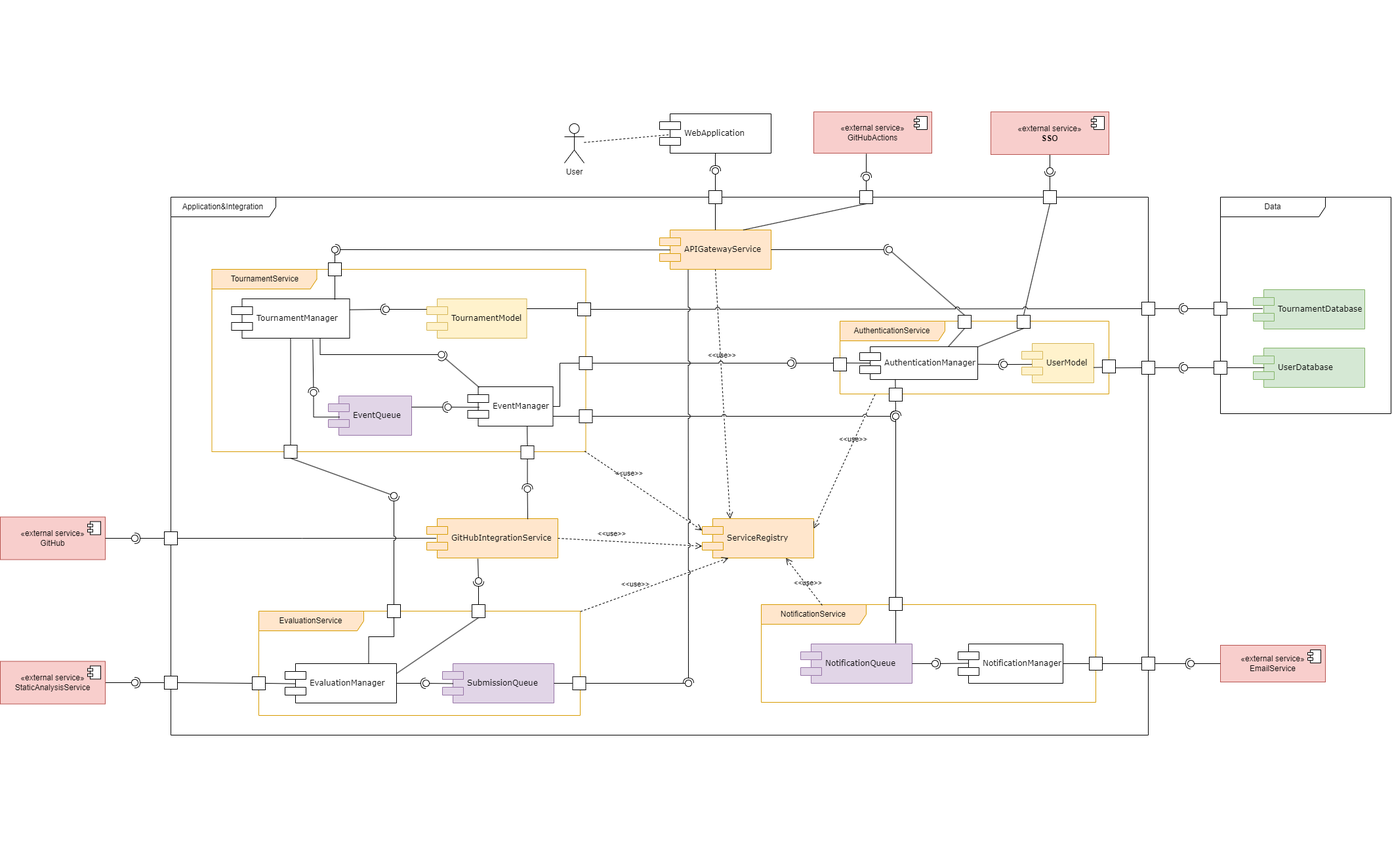
The draw.io diagram DD/Diagrams/component_diagram.png in TommasoCapacci/SEII-2024-Capacci-Ginestroni, before a commit. Source tidied: cells renumbered, new cells last; positions are measured from the earlier drawing's top-left corner, leaving out a move shared by most shapes.
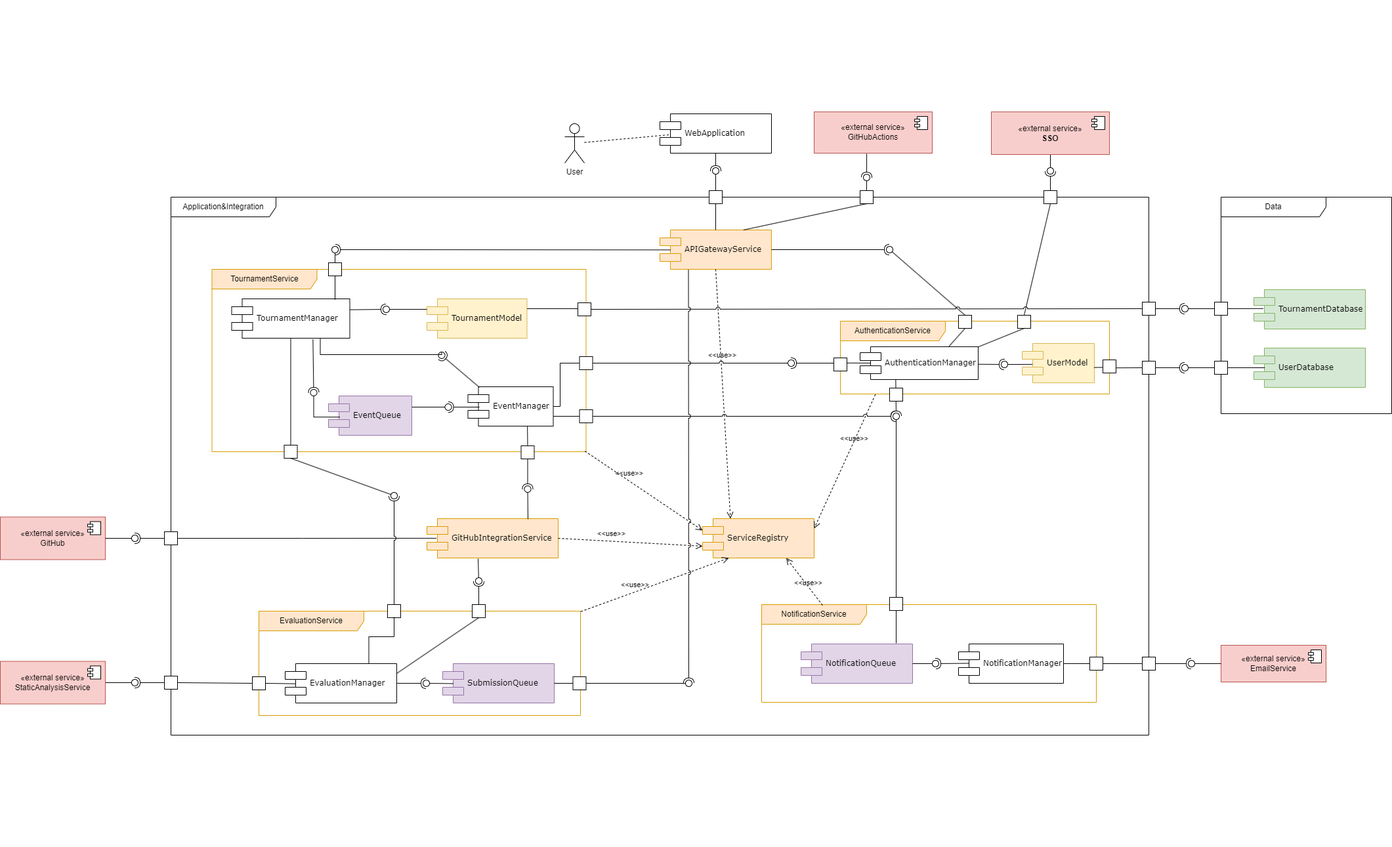
The same file after the commit.

Commit message:
initial components description, updated component diagram

Change to the diagram source:
```diff
@@ -74,10 +74,10 @@
     </mxCell>
     <mxCell id="24" style="rounded=0;jettySize=auto;html=1;endArrow=halfCircle;endFill=0;endSize=6;strokeWidth=1;sketch=0;" parent="13" edge="1" target="26">
       <mxGeometry relative="1" as="geometry">
-        <mxPoint x="304.5" y="210" as="sourcePoint" />
+        <mxPoint x="407.5" y="210" as="sourcePoint" />
       </mxGeometry>
     </mxCell>
-    <mxCell id="25" style="rounded=0;jettySize=auto;html=1;endArrow=oval;endFill=0;sketch=0;sourcePerimeterSpacing=0;targetPerimeterSpacing=0;endSize=10;exitX=0.136;exitY=0.521;exitDx=0;exitDy=0;exitPerimeter=0;" parent="13" edge="1" source="19" target="26">
+    <mxCell id="25" style="rounded=0;jettySize=auto;html=1;endArrow=oval;endFill=0;sketch=0;sourcePerimeterSpacing=0;targetPerimeterSpacing=0;endSize=10;exitX=1.001;exitY=0.284;exitDx=0;exitDy=0;exitPerimeter=0;" parent="13" edge="1" source="20" target="26">
       <mxGeometry relative="1" as="geometry" />
     </mxCell>
     <mxCell id="26" style="ellipse;whiteSpace=wrap;html=1;align=center;fillColor=none;strokeColor=none;perimeter=centerPerimeter;points=[];outlineConnect=1;" parent="13" vertex="1">
```
